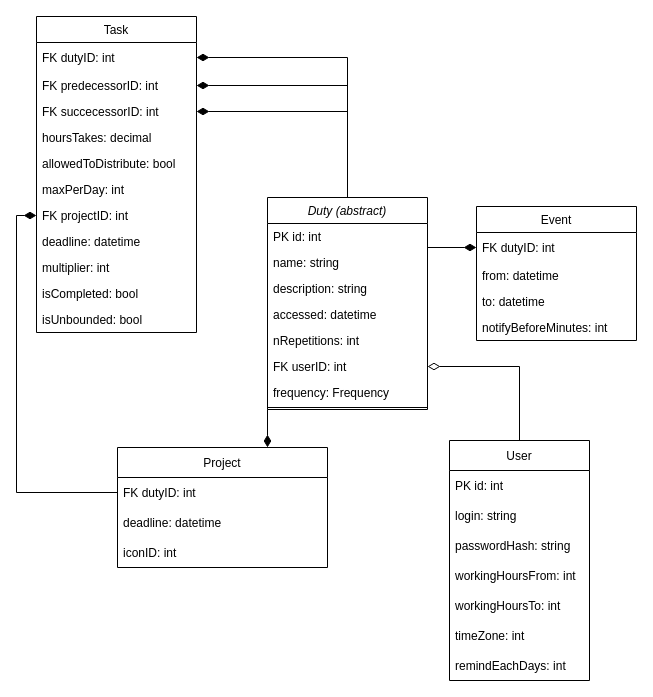
Earlier version of the draw.io diagram ProjFiles/DBDiagram.drawio (eukuz/ChadWebCalendar). Source tidied: cells renumbered, new cells numbered last; positions are measured from the earlier drawing's top-left corner, leaving out a move shared by most shapes. Both pictures are drawn from the tidied source at 100%, with x=0, y=0 at pixel (36, 16).
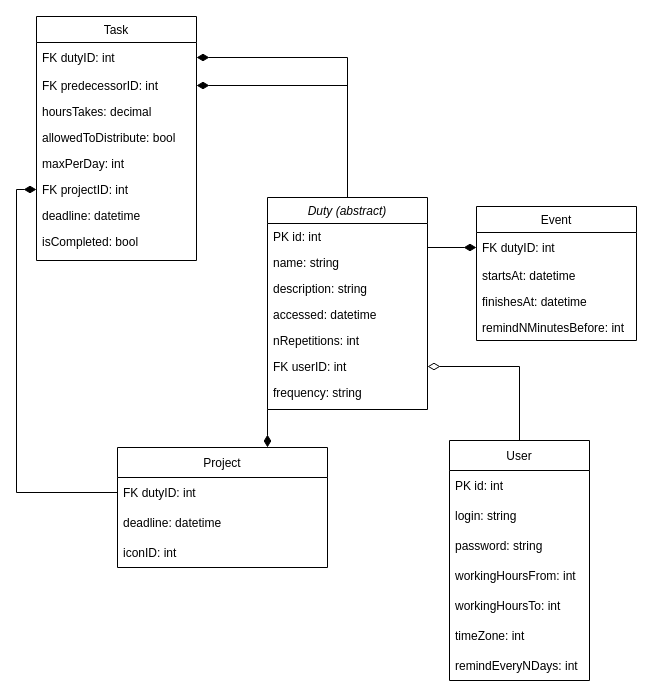
The same page after the edit.

Unchanged cells that the change refers to:
```xml
<mxCell id="16" value="Event" style="swimlane;fontStyle=0;align=center;verticalAlign=top;horizontal=1;startSize=26;rounded=0;shadow=0;strokeWidth=1;" parent="1" vertex="1">
  <mxGeometry x="440" y="190" width="160" height="134" as="geometry" />
</mxCell>
<mxCell id="23" value="Duty (abstract)" style="swimlane;fontStyle=2;align=center;verticalAlign=top;horizontal=1;startSize=26;rounded=0;shadow=0;strokeWidth=1;" parent="1" vertex="1">
  <mxGeometry x="231" y="181" width="160" height="212" as="geometry" />
</mxCell>
<mxCell id="37" value="User" style="swimlane;fontStyle=0;horizontal=1;startSize=30;" parent="1" vertex="1">
  <mxGeometry x="413" y="424" width="140" height="240" as="geometry" />
</mxCell>
```

Change to the diagram source:
```diff
@@
     <mxCell id="4" value="Task" style="swimlane;fontStyle=0;align=center;verticalAlign=top;horizontal=1;startSize=26;rounded=0;shadow=0;strokeWidth=1;" parent="1" vertex="1">
-      <mxGeometry width="160" height="316" as="geometry" />
+      <mxGeometry width="160" height="244" as="geometry" />
     </mxCell>
@@
-    <mxCell id="7" value="FK succecessorID: int" style="text;align=left;verticalAlign=top;spacingLeft=4;spacingRight=4;overflow=hidden;points=[[0,0.5],[1,0.5]];portConstraint=eastwest;rounded=0;shadow=0;html=0;" parent="4" vertex="1">
-      <mxGeometry y="82" width="160" height="26" as="geometry" />
-    </mxCell>
     <mxCell id="8" value="hoursTakes: decimal" style="text;align=left;verticalAlign=top;spacingLeft=4;spacingRight=4;overflow=hidden;rounded=0;shadow=0;html=0;" parent="4" vertex="1">
-      <mxGeometry y="108" width="160" height="26" as="geometry" />
+      <mxGeometry y="82" width="160" height="26" as="geometry" />
     </mxCell>
     <mxCell id="9" value="allowedToDistribute: bool" style="text;align=left;verticalAlign=top;spacingLeft=4;spacingRight=4;overflow=hidden;rounded=0;shadow=0;html=0;" parent="4" vertex="1">
-      <mxGeometry y="134" width="160" height="26" as="geometry" />
+      <mxGeometry y="108" width="160" height="26" as="geometry" />
     </mxCell>
     <mxCell id="10" value="maxPerDay: int" style="text;align=left;verticalAlign=top;spacingLeft=4;spacingRight=4;overflow=hidden;rounded=0;shadow=0;html=0;" parent="4" vertex="1">
-      <mxGeometry y="160" width="160" height="26" as="geometry" />
+      <mxGeometry y="134" width="160" height="26" as="geometry" />
     </mxCell>
     <mxCell id="11" value="FK projectID: int " style="text;align=left;verticalAlign=top;spacingLeft=4;spacingRight=4;overflow=hidden;points=[[0,0.5],[1,0.5]];portConstraint=eastwest;rounded=0;shadow=0;html=0;" parent="4" vertex="1">
-      <mxGeometry y="186" width="160" height="26" as="geometry" />
+      <mxGeometry y="160" width="160" height="26" as="geometry" />
     </mxCell>
     <mxCell id="12" value="deadline: datetime" style="text;align=left;verticalAlign=top;spacingLeft=4;spacingRight=4;overflow=hidden;rounded=0;shadow=0;html=0;" parent="4" vertex="1">
-      <mxGeometry y="212" width="160" height="26" as="geometry" />
+      <mxGeometry y="186" width="160" height="26" as="geometry" />
     </mxCell>
-    <mxCell id="13" value="multiplier: int" style="text;align=left;verticalAlign=top;spacingLeft=4;spacingRight=4;overflow=hidden;rounded=0;shadow=0;html=0;" parent="4" vertex="1">
-      <mxGeometry y="238" width="160" height="26" as="geometry" />
-    </mxCell>
     <mxCell id="14" value="isCompleted: bool" style="text;align=left;verticalAlign=top;spacingLeft=4;spacingRight=4;overflow=hidden;rounded=0;shadow=0;html=0;" parent="4" vertex="1">
-      <mxGeometry y="264" width="160" height="26" as="geometry" />
+      <mxGeometry y="212" width="160" height="26" as="geometry" />
     </mxCell>
-    <mxCell id="15" value="isUnbounded: bool" style="text;align=left;verticalAlign=top;spacingLeft=4;spacingRight=4;overflow=hidden;rounded=0;shadow=0;html=0;" parent="4" vertex="1">
-      <mxGeometry y="290" width="160" height="26" as="geometry" />
-    </mxCell>
@@
-    <mxCell id="18" value="from: datetime" style="text;align=left;verticalAlign=top;spacingLeft=4;spacingRight=4;overflow=hidden;rounded=0;shadow=0;html=0;" parent="16" vertex="1">
+    <mxCell id="18" value="startsAt: datetime" style="text;align=left;verticalAlign=top;spacingLeft=4;spacingRight=4;overflow=hidden;rounded=0;shadow=0;html=0;" parent="16" vertex="1">
       <mxGeometry y="56" width="160" height="26" as="geometry" />
     </mxCell>
-    <mxCell id="19" value="to: datetime" style="text;align=left;verticalAlign=top;spacingLeft=4;spacingRight=4;overflow=hidden;rounded=0;shadow=0;html=0;" parent="16" vertex="1">
+    <mxCell id="19" value="finishesAt: datetime" style="text;align=left;verticalAlign=top;spacingLeft=4;spacingRight=4;overflow=hidden;rounded=0;shadow=0;html=0;" parent="16" vertex="1">
       <mxGeometry y="82" width="160" height="26" as="geometry" />
     </mxCell>
-    <mxCell id="20" value="notifyBeforeMinutes: int" style="text;align=left;verticalAlign=top;spacingLeft=4;spacingRight=4;overflow=hidden;rounded=0;shadow=0;html=0;" parent="16" vertex="1">
+    <mxCell id="20" value="remindNMinutesBefore: int" style="text;align=left;verticalAlign=top;spacingLeft=4;spacingRight=4;overflow=hidden;rounded=0;shadow=0;html=0;" parent="16" vertex="1">
       <mxGeometry y="108" width="160" height="26" as="geometry" />
     </mxCell>
@@
-    <mxCell id="22" style="edgeStyle=orthogonalEdgeStyle;rounded=0;jettySize=auto;html=1;startArrow=none;startFill=0;endArrow=diamondThin;endFill=1;orthogonal=1;strokeWidth=1;endSize=10;startSize=10;" parent="1" edge="1" source="23" target="7">
-      <mxGeometry relative="1" as="geometry" />
-    </mxCell>
@@
-    <mxCell id="30" value="frequency: Frequency" style="text;align=left;verticalAlign=top;spacingLeft=4;spacingRight=4;overflow=hidden;rounded=0;shadow=0;html=0;" parent="23" vertex="1">
+    <mxCell id="30" value="frequency: string" style="text;align=left;verticalAlign=top;spacingLeft=4;spacingRight=4;overflow=hidden;rounded=0;shadow=0;html=0;" parent="23" vertex="1">
       <mxGeometry y="182" width="160" height="26" as="geometry" />
     </mxCell>
-    <mxCell id="31" style="line;html=1;strokeWidth=1;align=left;verticalAlign=middle;spacingTop=-1;spacingLeft=3;spacingRight=3;labelPosition=right;" parent="23" vertex="1">
-      <mxGeometry y="208" width="160" height="4" as="geometry" />
-    </mxCell>
@@
-    <mxCell id="40" value="passwordHash: string " style="text;strokeColor=none;fillColor=none;align=left;verticalAlign=middle;spacingLeft=4;spacingRight=4;overflow=hidden;" parent="37" vertex="1">
+    <mxCell id="40" value="password: string " style="text;strokeColor=none;fillColor=none;align=left;verticalAlign=middle;spacingLeft=4;spacingRight=4;overflow=hidden;" parent="37" vertex="1">
       <mxGeometry y="90" width="140" height="30" as="geometry" />
     </mxCell>
@@
-    <mxCell id="44" value="remindEachDays: int" style="text;strokeColor=none;fillColor=none;align=left;verticalAlign=middle;spacingLeft=4;spacingRight=4;overflow=hidden;" parent="37" vertex="1">
+    <mxCell id="44" value="remindEveryNDays: int" style="text;strokeColor=none;fillColor=none;align=left;verticalAlign=middle;spacingLeft=4;spacingRight=4;overflow=hidden;" parent="37" vertex="1">
       <mxGeometry y="210" width="140" height="30" as="geometry" />
     </mxCell>
```
